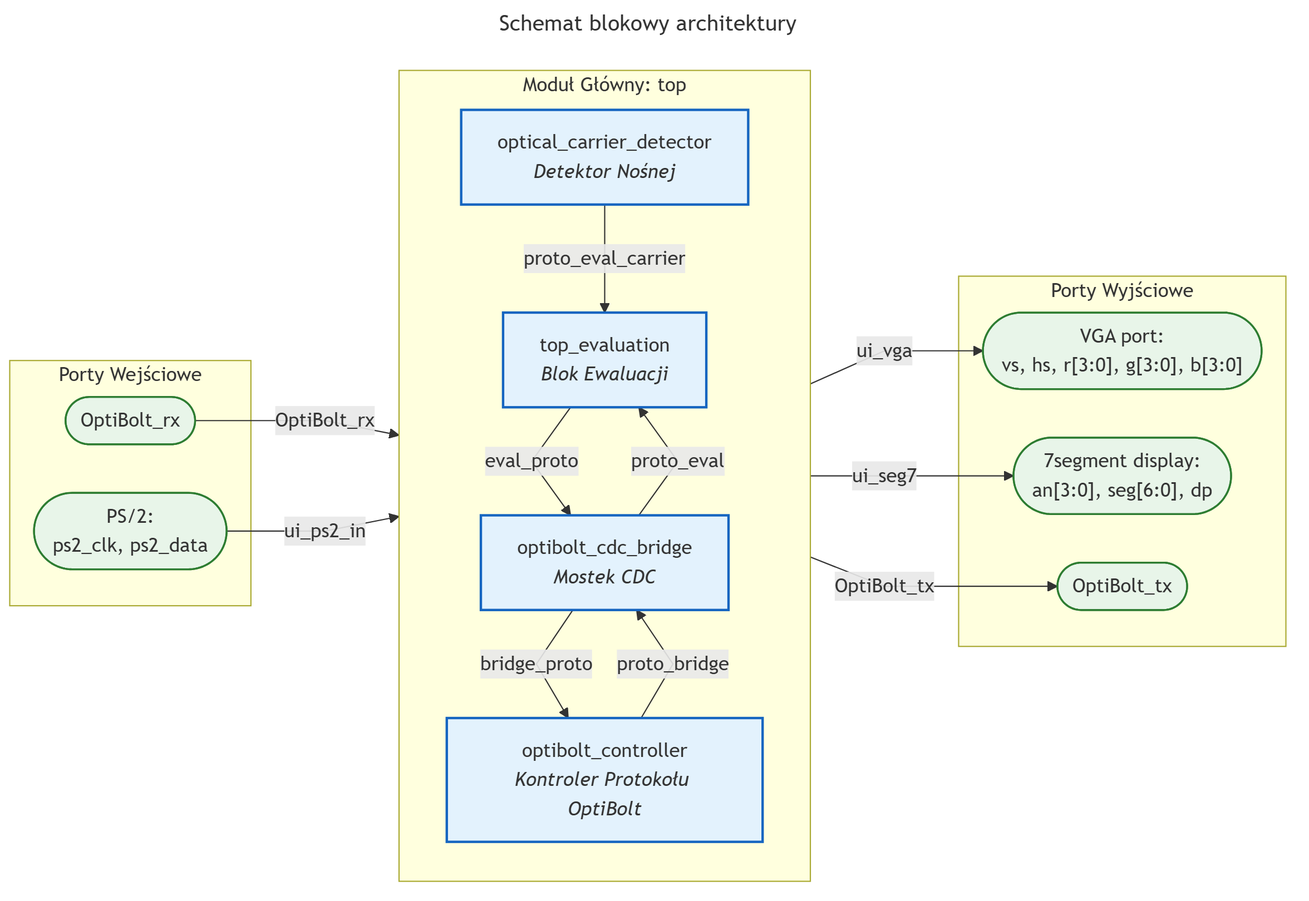
The Mermaid diagram doc/schematic/top_schematic.png in Ziemniaczenka/OptiBolt-protocol-and-evaluation, before a commit. Its source is kept beside it as doc/schematic/top_schematic.mmd. Its diagram source:
```mermaid
---
title: "Schemat blokowy architektury"
---
%%{init: {'flowchart': {'curve': 'linear', 'nodeSpacing': 40, 'rankSpacing': 40}}}%%
flowchart LR
    subgraph EXT_IN ["Porty Wejściowe"]
        direction LR
        p_opt_rx(["OptiBolt_rx"]):::port
        p_ps2_in(["PS/2:<br>ps2_clk, ps2_data"]):::port
    end

    subgraph top ["Moduł Główny: top"]
        direction TB
        OCD["optical_carrier_detector<br><i>Detektor Nośnej</i>"]:::inst
        EVAL["top_evaluation<br><i>Blok Ewaluacji</i>"]:::inst
        CDC["optibolt_cdc_bridge<br><i>Mostek CDC</i>"]:::inst
        PROTO["optibolt_controller<br><i>Kontroler Protokołu OptiBolt</i>"]:::inst

        OCD -->|proto_eval_carrier| EVAL
        EVAL -->|eval_proto| CDC
        CDC -->|proto_eval| EVAL
        CDC -->|bridge_proto| PROTO
        PROTO -->|proto_bridge| CDC
    end

    subgraph EXT_OUT ["Porty Wyjściowe"]
        direction LR
        p_vga(["VGA port:<br>vs, hs, r[3:0], g[3:0], b[3:0]"]):::port
        p_seg7(["7segment display:<br>an[3:0], seg[6:0], dp"]):::port
        p_opt_tx(["OptiBolt_tx"]):::port
    end

    p_opt_rx -->|OptiBolt_rx| top
    p_ps2_in -->|ui_ps2_in| top
    top -->|ui_vga| p_vga
    top -->|ui_seg7| p_seg7
    top -->|OptiBolt_tx| p_opt_tx

    classDef port fill:#e8f5e9,stroke:#2e7d32,stroke-width:1.5px;
    classDef inst fill:#e3f2fd,stroke:#1565c0,stroke-width:2px;
```
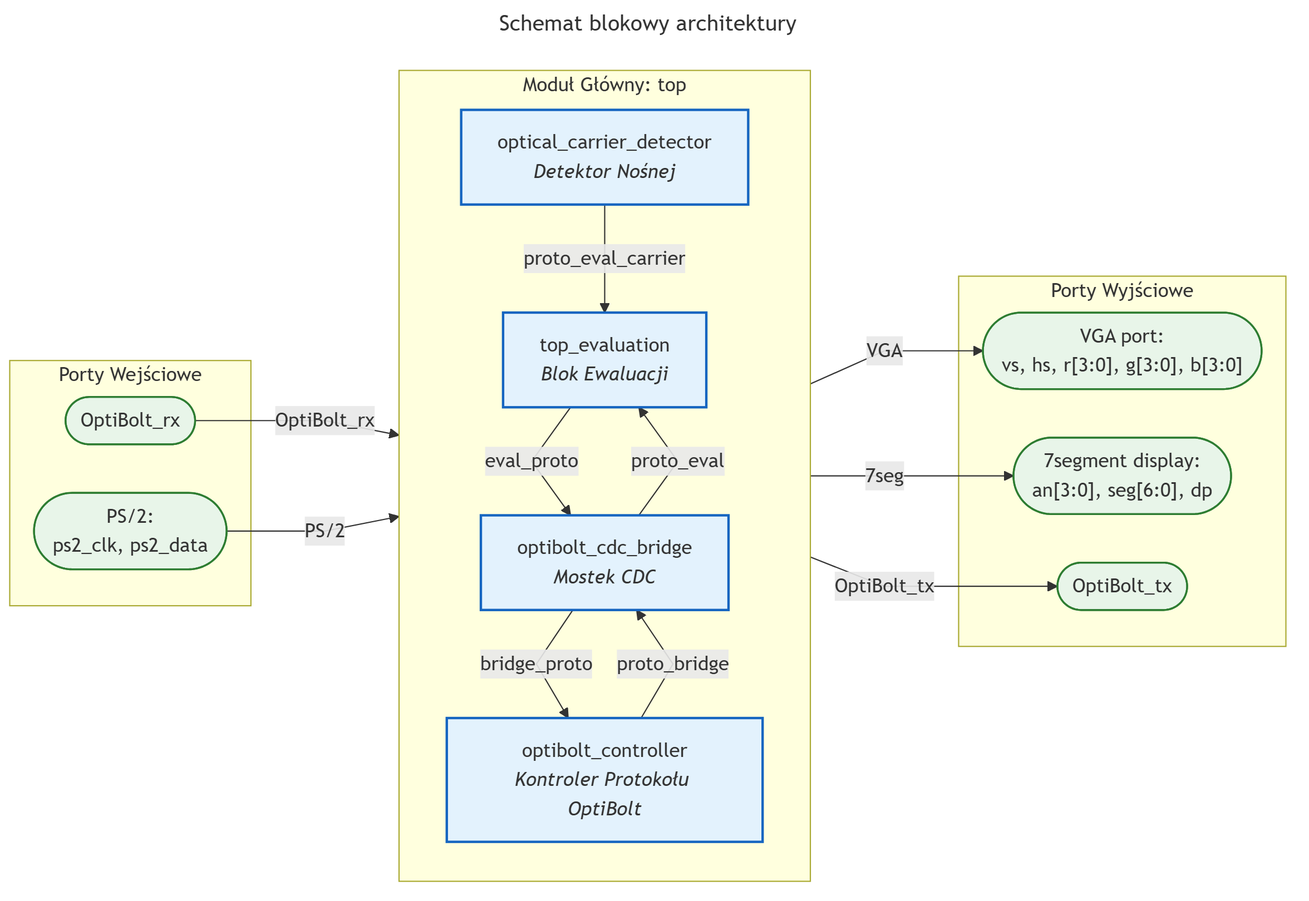
After the change.

The edit, as a diff of the source:
```diff
@@ -31,9 +31,9 @@
     end
 
     p_opt_rx -->|OptiBolt_rx| top
-    p_ps2_in -->|ui_ps2_in| top
-    top -->|ui_vga| p_vga
-    top -->|ui_seg7| p_seg7
+    p_ps2_in -->|PS/2| top
+    top -->|VGA| p_vga
+    top -->|7seg| p_seg7
     top -->|OptiBolt_tx| p_opt_tx
 
     classDef port fill:#e8f5e9,stroke:#2e7d32,stroke-width:1.5px;
```
